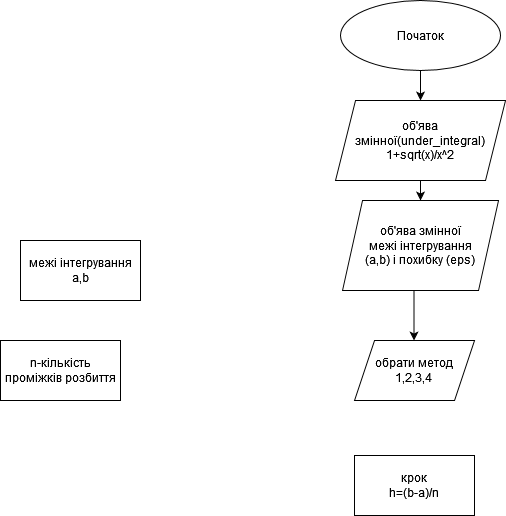
Earlier version of the draw.io export Луцкевич_Володимир_РЕ-12_Схема_.drawio.png (VolodymyrLutskevych-PE-12/Lab_2_Volodymyr-Lutskevych_PE-12_-1-). Source tidied: cells renumbered, new cells last; positions are measured from the earlier drawing's top-left corner, leaving out a move shared by most shapes.
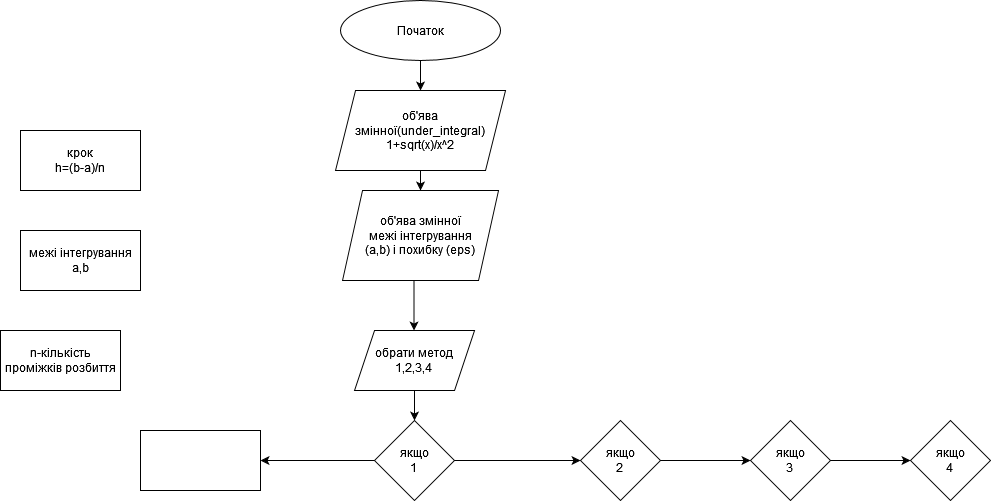
The same diagram one commit later.

The edit, as a diff of the source:
```diff
@@ -6,7 +6,7 @@
       <mxGeometry relative="1" as="geometry" />
     </mxCell>
     <mxCell id="3" value="Початок" style="ellipse;whiteSpace=wrap;html=1;" parent="1" vertex="1">
-      <mxGeometry x="340" width="160" height="70" as="geometry" />
+      <mxGeometry x="340" y="10" width="160" height="60" as="geometry" />
     </mxCell>
     <mxCell id="4" style="edgeStyle=orthogonalEdgeStyle;rounded=0;orthogonalLoop=1;jettySize=auto;html=1;exitX=0.5;exitY=1;exitDx=0;exitDy=0;" parent="1" edge="1">
       <mxGeometry relative="1" as="geometry">
@@ -21,7 +21,7 @@
       <mxGeometry x="20" y="240" width="120" height="60" as="geometry" />
     </mxCell>
     <mxCell id="7" value="&lt;div&gt;крок&lt;/div&gt;&lt;div&gt;h=(b-a)/n&lt;br&gt;&lt;/div&gt;" style="rounded=0;whiteSpace=wrap;html=1;" parent="1" vertex="1">
-      <mxGeometry x="354" y="455" width="120" height="60" as="geometry" />
+      <mxGeometry x="20" y="140" width="120" height="60" as="geometry" />
     </mxCell>
     <mxCell id="8" style="edgeStyle=orthogonalEdgeStyle;rounded=0;jettySize=auto;html=1;exitX=0.5;exitY=1;exitDx=0;exitDy=0;" parent="1" edge="1" source="9" target="10">
       <mxGeometry relative="1" as="geometry" />
@@ -32,8 +32,42 @@
     <mxCell id="10" value="об'ява змінної &lt;div&gt;межі інтегрування &lt;/div&gt;(a,b) і похибку (eps) " style="shape=parallelogram;perimeter=parallelogramPerimeter;whiteSpace=wrap;html=1;fixedSize=1;" parent="1" vertex="1">
       <mxGeometry x="342" y="200" width="156" height="90" as="geometry" />
     </mxCell>
+    <mxCell id="12" style="edgeStyle=orthogonalEdgeStyle;rounded=0;jettySize=auto;html=1;exitX=0.5;exitY=1;exitDx=0;exitDy=0;entryX=0.5;entryY=0;entryDx=0;entryDy=0;" parent="1" edge="1" source="11" target="15">
+      <mxGeometry relative="1" as="geometry" />
+    </mxCell>
     <mxCell id="11" value="&lt;br&gt;&lt;div&gt;обрати метод&lt;/div&gt;1,2,3,4&lt;br&gt;&lt;br&gt;" style="shape=parallelogram;perimeter=parallelogramPerimeter;whiteSpace=wrap;html=1;fixedSize=1;" parent="1" vertex="1">
       <mxGeometry x="354" y="340" width="120" height="60" as="geometry" />
     </mxCell>
+    <mxCell id="13" style="edgeStyle=orthogonalEdgeStyle;rounded=0;jettySize=auto;html=1;exitX=0;exitY=0.5;exitDx=0;exitDy=0;" parent="1" edge="1" source="15" target="16">
+      <mxGeometry relative="1" as="geometry" />
+    </mxCell>
+    <mxCell id="14" style="edgeStyle=orthogonalEdgeStyle;rounded=0;jettySize=auto;html=1;exitX=1;exitY=0.5;exitDx=0;exitDy=0;" parent="1" edge="1" source="15">
+      <mxGeometry relative="1" as="geometry">
+        <mxPoint x="580" y="470" as="targetPoint" />
+      </mxGeometry>
+    </mxCell>
+    <mxCell id="15" value="&lt;div&gt;якщо&lt;/div&gt;&lt;div&gt;1&lt;br&gt;&lt;/div&gt;" style="rhombus;whiteSpace=wrap;html=1;" parent="1" vertex="1">
+      <mxGeometry x="374" y="430" width="80" height="80" as="geometry" />
+    </mxCell>
+    <mxCell id="16" style="rounded=0;whiteSpace=wrap;html=1;" parent="1" vertex="1">
+      <mxGeometry x="140" y="440" width="120" height="60" as="geometry" />
+    </mxCell>
+    <mxCell id="17" style="edgeStyle=orthogonalEdgeStyle;rounded=0;jettySize=auto;html=1;exitX=1;exitY=0.5;exitDx=0;exitDy=0;" parent="1" edge="1" source="18">
+      <mxGeometry relative="1" as="geometry">
+        <mxPoint x="750" y="470" as="targetPoint" />
+      </mxGeometry>
+    </mxCell>
+    <mxCell id="18" value="&lt;div&gt;якщо&lt;/div&gt;&lt;div&gt;2&lt;br&gt;&lt;/div&gt;" style="rhombus;whiteSpace=wrap;html=1;" parent="1" vertex="1">
+      <mxGeometry x="580" y="430" width="80" height="80" as="geometry" />
+    </mxCell>
+    <mxCell id="19" style="edgeStyle=orthogonalEdgeStyle;rounded=0;jettySize=auto;html=1;exitX=1;exitY=0.5;exitDx=0;exitDy=0;" parent="1" edge="1" source="20" target="21">
+      <mxGeometry relative="1" as="geometry" />
+    </mxCell>
+    <mxCell id="20" value="&lt;div&gt;якщо&lt;/div&gt;&lt;div&gt;3&lt;br&gt;&lt;/div&gt;" style="rhombus;whiteSpace=wrap;html=1;" parent="1" vertex="1">
+      <mxGeometry x="750" y="430" width="80" height="80" as="geometry" />
+    </mxCell>
+    <mxCell id="21" value="&lt;div&gt;якщо&lt;/div&gt;&lt;div&gt;4&lt;br&gt;&lt;/div&gt;" style="rhombus;whiteSpace=wrap;html=1;" parent="1" vertex="1">
+      <mxGeometry x="910" y="430" width="80" height="80" as="geometry" />
+    </mxCell>
   </root>
 </mxGraphModel>
```
